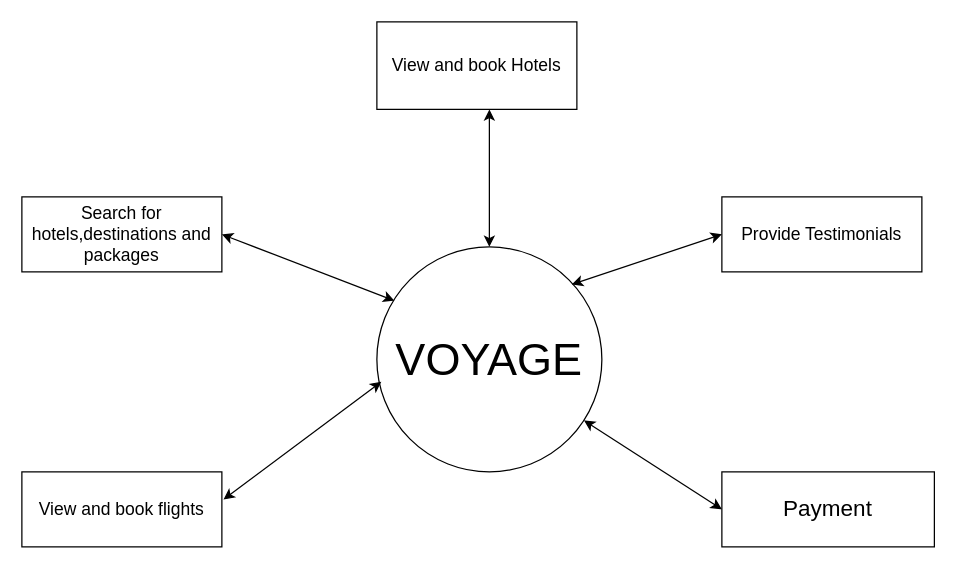
Earlier version of the draw.io diagram Level0DFD.drawio (bidya01/Programs). Source tidied: cells renumbered, new cells numbered last; positions are measured from the earlier drawing's top-left corner, leaving out a move shared by most shapes. Both pictures are drawn from the tidied source at 125%, with x=0, y=0 at pixel (21, 21).
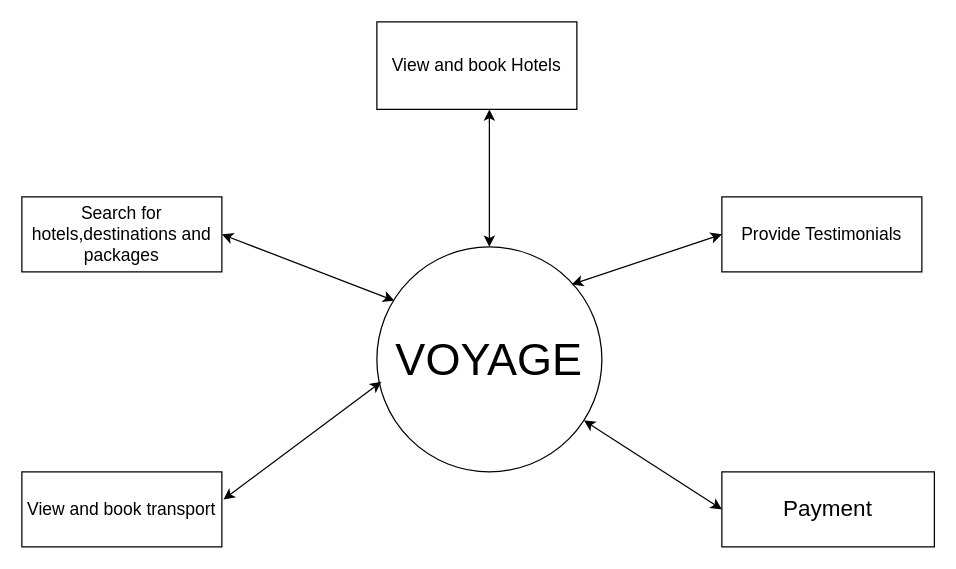
Above is the later version.

What changed in the source:
```diff
@@
 <mxGraphModel>
   <root>
     <mxCell id="0" />
     <mxCell id="1" parent="0" />
     <mxCell id="2" value="&lt;font style=&quot;font-size: 36px&quot;&gt;VOYAGE&lt;/font&gt;" style="ellipse;whiteSpace=wrap;html=1;" parent="1" vertex="1">
       <mxGeometry x="284" y="180" width="180" height="180" as="geometry" />
     </mxCell>
     <mxCell id="3" value="&lt;font style=&quot;font-size: 14px&quot;&gt;View and book Hotels&lt;/font&gt;" style="rounded=0;whiteSpace=wrap;html=1;" parent="1" vertex="1">
       <mxGeometry x="284" width="160" height="70" as="geometry" />
     </mxCell>
     <mxCell id="4" value="&lt;font style=&quot;font-size: 14px&quot;&gt;Search for hotels,destinations and packages&lt;/font&gt;" style="rounded=0;whiteSpace=wrap;html=1;" parent="1" vertex="1">
       <mxGeometry y="140" width="160" height="60" as="geometry" />
     </mxCell>
     <mxCell id="5" style="endArrow=classic;startArrow=classic;html=1;" parent="1" edge="1">
       <mxGeometry relative="1" as="geometry">
         <mxPoint x="374" y="180" as="sourcePoint" />
         <mxPoint x="374" y="70" as="targetPoint" />
         <Array as="points">
           <mxPoint x="374" y="110" />
         </Array>
       </mxGeometry>
     </mxCell>
     <mxCell id="6" style="endArrow=classic;startArrow=classic;html=1;exitX=0.078;exitY=0.239;exitDx=0;exitDy=0;exitPerimeter=0;entryX=1;entryY=0.5;entryDx=0;entryDy=0;" parent="1" edge="1" source="2" target="4">
       <mxGeometry relative="1" as="geometry" />
     </mxCell>
     <mxCell id="7" style="endArrow=classic;startArrow=classic;html=1;exitX=1.008;exitY=0.37;exitDx=0;exitDy=0;entryX=0.02;entryY=0.599;entryDx=0;entryDy=0;entryPerimeter=0;exitPerimeter=0;" parent="1" edge="1" source="8" target="2">
       <mxGeometry relative="1" as="geometry" />
     </mxCell>
-    <mxCell id="8" value="&lt;font style=&quot;font-size: 14px&quot;&gt;View and book flights&lt;/font&gt;" style="rounded=0;whiteSpace=wrap;html=1;" parent="1" vertex="1">
+    <mxCell id="8" value="&lt;font style=&quot;font-size: 14px&quot;&gt;View and book transport&lt;/font&gt;" style="rounded=0;whiteSpace=wrap;html=1;" parent="1" vertex="1">
       <mxGeometry y="360" width="160" height="60" as="geometry" />
     </mxCell>
     <mxCell id="9" value="&lt;font style=&quot;font-size: 14px&quot;&gt;Provide Testimonials&lt;/font&gt;" style="rounded=0;whiteSpace=wrap;html=1;" parent="1" vertex="1">
       <mxGeometry x="560" y="140" width="160" height="60" as="geometry" />
     </mxCell>
     <mxCell id="10" style="endArrow=classic;startArrow=classic;html=1;entryX=0;entryY=0.5;entryDx=0;entryDy=0;" parent="1" edge="1" target="9">
       <mxGeometry relative="1" as="geometry">
         <mxPoint x="440" y="210" as="sourcePoint" />
       </mxGeometry>
     </mxCell>
     <mxCell id="11" value="&lt;font style=&quot;font-size: 18px&quot;&gt;Payment&lt;/font&gt;" style="rounded=0;whiteSpace=wrap;html=1;" parent="1" vertex="1">
       <mxGeometry x="560" y="360" width="170" height="60" as="geometry" />
     </mxCell>
     <mxCell id="12" style="endArrow=classic;startArrow=classic;html=1;entryX=0;entryY=0.5;entryDx=0;entryDy=0;" parent="1" edge="1" source="2" target="11">
       <mxGeometry relative="1" as="geometry" />
     </mxCell>
   </root>
 </mxGraphModel>
```
